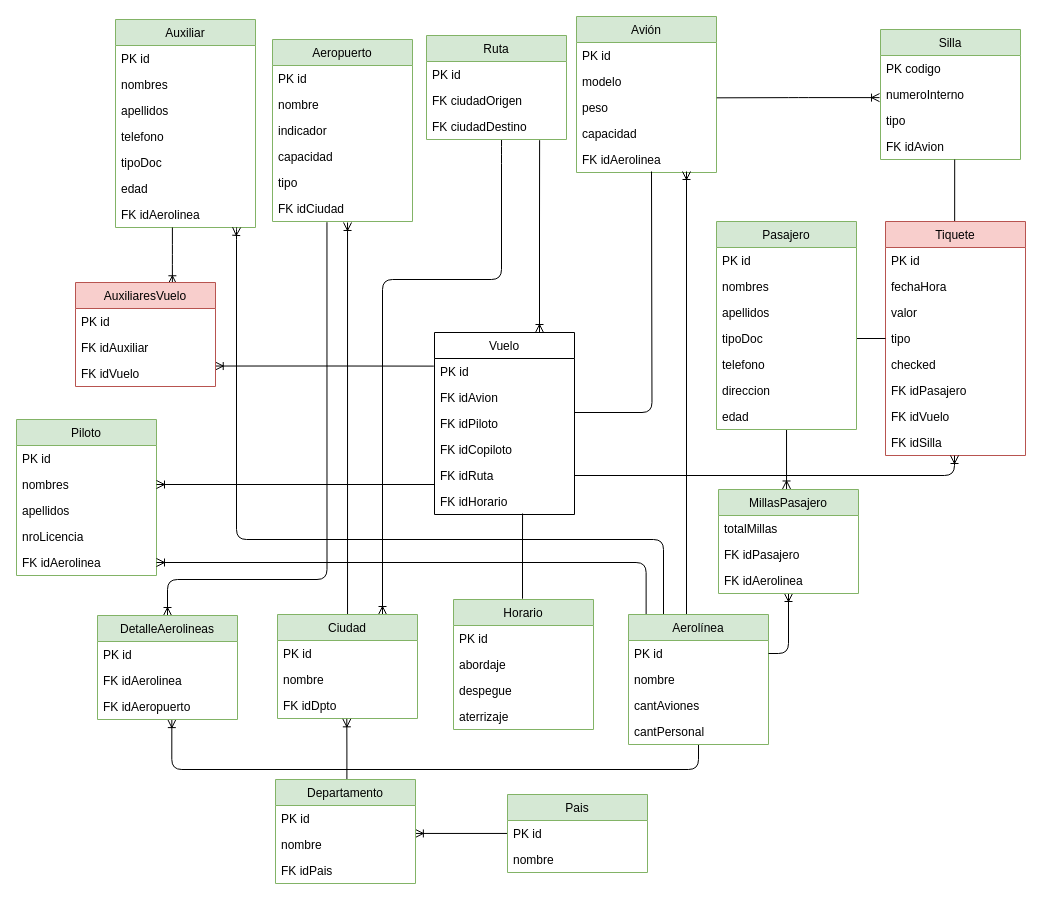
The draw.io diagram Talleres/ProyectoFinal.drawio in yromariogh/DB1, before the edit. Source tidied: cells renumbered, new cells numbered last; positions are measured from the earlier drawing's top-left corner, leaving out a move shared by most shapes. Both pictures are drawn from the tidied source at 100%, with x=0, y=0 at pixel (16, 16).
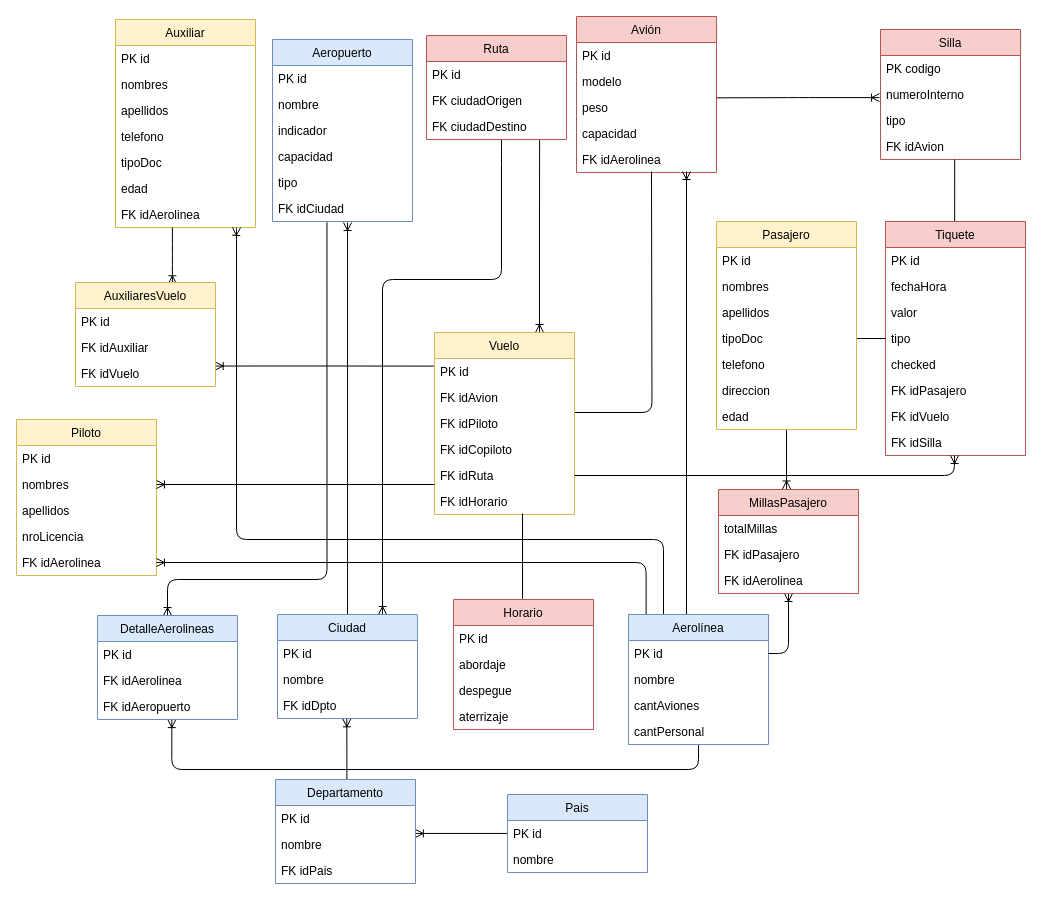
The same page after the edit.

Diff of the diagram source:
```diff
@@
-    <mxCell id="4" value="Avión" style="swimlane;fontStyle=0;horizontal=1;startSize=26;fillColor=#d5e8d4;strokeColor=#82b366;" parent="1" vertex="1">
+    <mxCell id="4" value="Avión" style="swimlane;fontStyle=0;horizontal=1;startSize=26;fillColor=#f8cecc;strokeColor=#b85450;" parent="1" vertex="1">
       <mxGeometry x="560" width="140" height="156" as="geometry" />
     </mxCell>
@@
-    <mxCell id="12" value="Silla" style="swimlane;fontStyle=0;horizontal=1;startSize=26;fillColor=#d5e8d4;strokeColor=#82b366;" parent="1" vertex="1">
+    <mxCell id="12" value="Silla" style="swimlane;fontStyle=0;horizontal=1;startSize=26;fillColor=#f8cecc;strokeColor=#b85450;" parent="1" vertex="1">
       <mxGeometry x="864" y="13" width="140" height="130" as="geometry" />
     </mxCell>
@@
-    <mxCell id="17" value="Vuelo" style="swimlane;fontStyle=0;horizontal=1;startSize=26;fillColor=none;" parent="1" vertex="1">
+    <mxCell id="17" value="Vuelo" style="swimlane;fontStyle=0;horizontal=1;startSize=26;fillColor=#fff2cc;strokeColor=#d6b656;" parent="1" vertex="1">
       <mxGeometry x="418" y="316" width="140" height="182" as="geometry" />
     </mxCell>
@@
-    <mxCell id="25" value="Auxiliar" style="swimlane;fontStyle=0;horizontal=1;startSize=26;fillColor=#d5e8d4;strokeColor=#82b366;" parent="1" vertex="1">
+    <mxCell id="25" value="Auxiliar" style="swimlane;fontStyle=0;horizontal=1;startSize=26;fillColor=#fff2cc;strokeColor=#d6b656;" parent="1" vertex="1">
       <mxGeometry x="99" y="3" width="140" height="208" as="geometry" />
     </mxCell>
@@
-    <mxCell id="42" value="Horario" style="swimlane;fontStyle=0;horizontal=1;startSize=26;fillColor=#d5e8d4;strokeColor=#82b366;" parent="1" vertex="1">
+    <mxCell id="42" value="Horario" style="swimlane;fontStyle=0;horizontal=1;startSize=26;fillColor=#f8cecc;strokeColor=#b85450;" parent="1" vertex="1">
       <mxGeometry x="437" y="583" width="140" height="130" as="geometry" />
     </mxCell>
@@
-    <mxCell id="47" value="Piloto" style="swimlane;fontStyle=0;horizontal=1;startSize=26;fillColor=#d5e8d4;strokeColor=#82b366;" parent="1" vertex="1">
+    <mxCell id="47" value="Piloto" style="swimlane;fontStyle=0;horizontal=1;startSize=26;fillColor=#fff2cc;strokeColor=#d6b656;" parent="1" vertex="1">
       <mxGeometry y="403" width="140" height="156" as="geometry" />
     </mxCell>
@@
-    <mxCell id="57" value="Aerolínea" style="swimlane;fontStyle=0;horizontal=1;startSize=26;fillColor=#d5e8d4;strokeColor=#82b366;" parent="1" vertex="1">
+    <mxCell id="57" value="Aerolínea" style="swimlane;fontStyle=0;horizontal=1;startSize=26;fillColor=#dae8fc;strokeColor=#6c8ebf;" parent="1" vertex="1">
       <mxGeometry x="612" y="598" width="140" height="130" as="geometry" />
     </mxCell>
@@
-    <mxCell id="62" value="Ciudad" style="swimlane;fontStyle=0;horizontal=1;startSize=26;fillColor=#d5e8d4;strokeColor=#82b366;" parent="1" vertex="1">
+    <mxCell id="62" value="Ciudad" style="swimlane;fontStyle=0;horizontal=1;startSize=26;fillColor=#dae8fc;strokeColor=#6c8ebf;" parent="1" vertex="1">
       <mxGeometry x="261" y="598" width="140" height="104" as="geometry" />
     </mxCell>
@@
-    <mxCell id="69" value="DetalleAerolineas" style="swimlane;fontStyle=0;horizontal=1;startSize=26;fillColor=#d5e8d4;strokeColor=#82b366;" parent="1" vertex="1">
+    <mxCell id="69" value="DetalleAerolineas" style="swimlane;fontStyle=0;horizontal=1;startSize=26;fillColor=#dae8fc;strokeColor=#6c8ebf;" parent="1" vertex="1">
       <mxGeometry x="81" y="599" width="140" height="104" as="geometry" />
     </mxCell>
@@
-    <mxCell id="76" value="AuxiliaresVuelo" style="swimlane;fontStyle=0;horizontal=1;startSize=26;fillColor=#f8cecc;strokeColor=#b85450;" parent="1" vertex="1">
+    <mxCell id="76" value="AuxiliaresVuelo" style="swimlane;fontStyle=0;horizontal=1;startSize=26;fillColor=#fff2cc;strokeColor=#d6b656;" parent="1" vertex="1">
       <mxGeometry x="59" y="266" width="140" height="104" as="geometry" />
     </mxCell>
@@
-    <mxCell id="84" value="Pasajero" style="swimlane;fontStyle=0;horizontal=1;startSize=26;fillColor=#d5e8d4;strokeColor=#82b366;" parent="1" vertex="1">
+    <mxCell id="84" value="Pasajero" style="swimlane;fontStyle=0;horizontal=1;startSize=26;fillColor=#fff2cc;strokeColor=#d6b656;" parent="1" vertex="1">
       <mxGeometry x="700" y="205" width="140" height="208" as="geometry" />
     </mxCell>
@@
-    <mxCell id="93" value="MillasPasajero" style="swimlane;fontStyle=0;horizontal=1;startSize=26;fillColor=#d5e8d4;strokeColor=#82b366;" parent="1" vertex="1">
+    <mxCell id="93" value="MillasPasajero" style="swimlane;fontStyle=0;horizontal=1;startSize=26;fillColor=#f8cecc;strokeColor=#b85450;" parent="1" vertex="1">
       <mxGeometry x="702" y="473" width="140" height="104" as="geometry" />
     </mxCell>
@@
-    <mxCell id="98" value="Ruta" style="swimlane;fontStyle=0;horizontal=1;startSize=26;fillColor=#d5e8d4;strokeColor=#82b366;" parent="1" vertex="1">
+    <mxCell id="98" value="Ruta" style="swimlane;fontStyle=0;horizontal=1;startSize=26;fillColor=#f8cecc;strokeColor=#b85450;" parent="1" vertex="1">
       <mxGeometry x="410" y="19" width="140" height="104" as="geometry" />
     </mxCell>
@@
-    <mxCell id="102" value="Aeropuerto" style="swimlane;fontStyle=0;horizontal=1;startSize=26;fillColor=#d5e8d4;strokeColor=#82b366;" parent="1" vertex="1">
+    <mxCell id="102" value="Aeropuerto" style="swimlane;fontStyle=0;horizontal=1;startSize=26;fillColor=#dae8fc;strokeColor=#6c8ebf;" parent="1" vertex="1">
       <mxGeometry x="256" y="23" width="140" height="182" as="geometry" />
     </mxCell>
@@
-    <mxCell id="109" value="Departamento" style="swimlane;fontStyle=0;horizontal=1;startSize=26;fillColor=#d5e8d4;strokeColor=#82b366;" parent="1" vertex="1">
+    <mxCell id="109" value="Departamento" style="swimlane;fontStyle=0;horizontal=1;startSize=26;fillColor=#dae8fc;strokeColor=#6c8ebf;" parent="1" vertex="1">
       <mxGeometry x="259" y="763" width="140" height="104" as="geometry" />
     </mxCell>
@@
-    <mxCell id="113" value="Pais" style="swimlane;fontStyle=0;horizontal=1;startSize=26;fillColor=#d5e8d4;strokeColor=#82b366;" parent="1" vertex="1">
+    <mxCell id="113" value="Pais" style="swimlane;fontStyle=0;horizontal=1;startSize=26;fillColor=#dae8fc;strokeColor=#6c8ebf;" parent="1" vertex="1">
       <mxGeometry x="491" y="778" width="140" height="78" as="geometry" />
     </mxCell>
```
